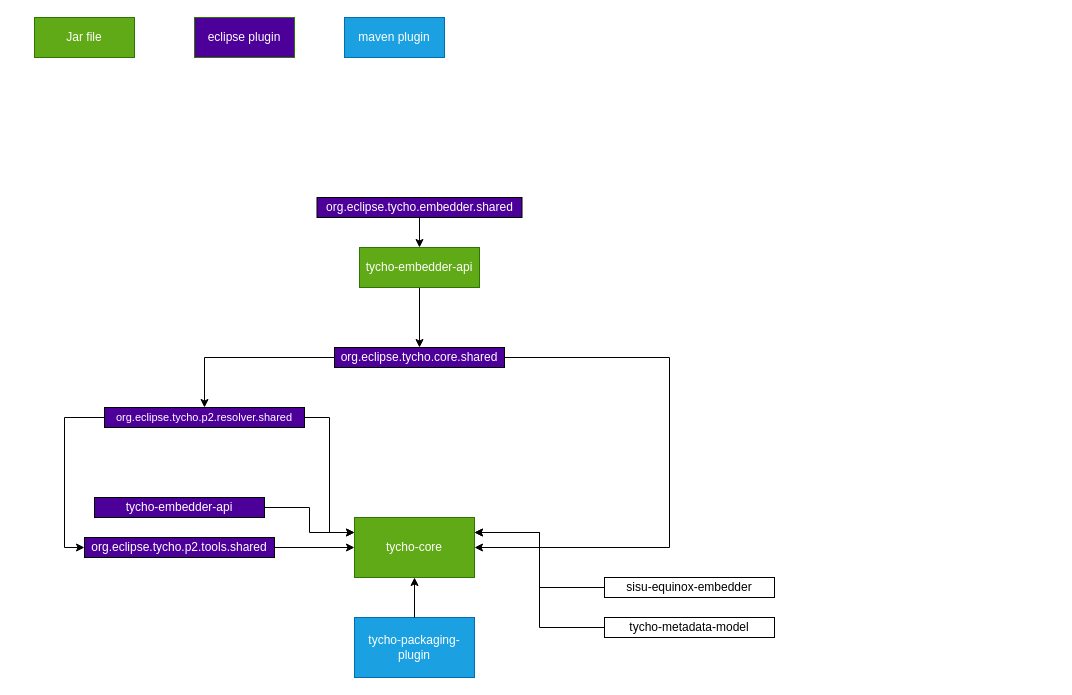
Before: Untitled Diagram.drawio in bixiyan/designfiles, a draw.io diagram. Source tidied: cells renumbered, new cells numbered last; positions are measured from the earlier drawing's top-left corner, leaving out a move shared by most shapes. Both pictures are drawn from the tidied source at 100%, with x=0, y=0 at pixel (34, 17).
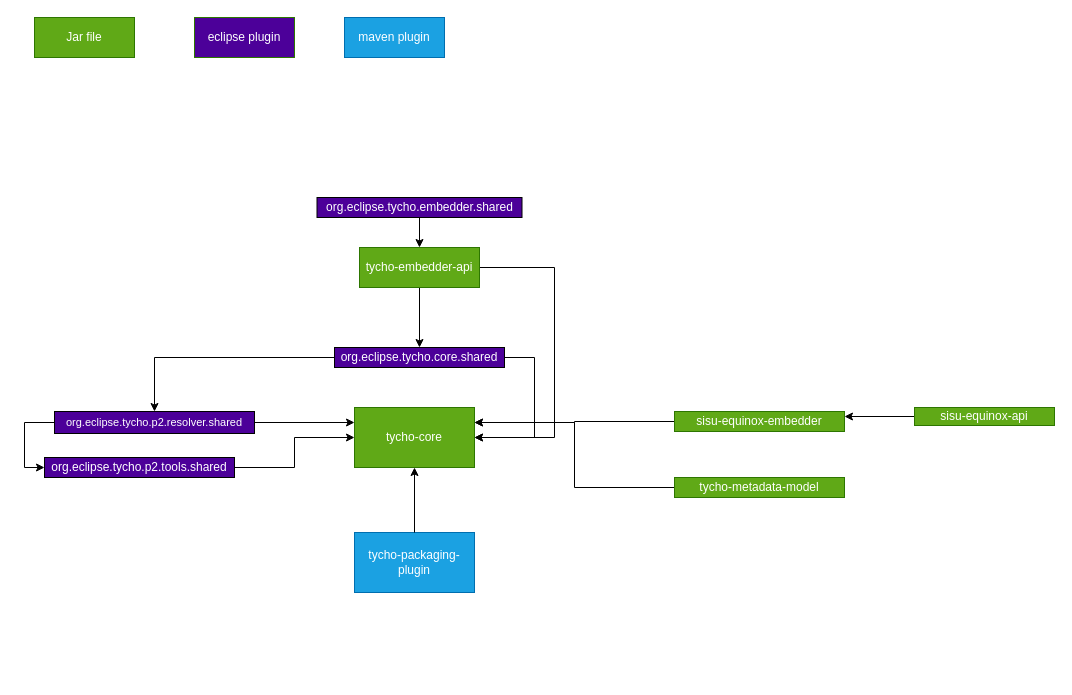
Above is the later version.

Unchanged cells that the change refers to:
```xml
<mxCell id="18" value="&lt;font color=&quot;#ffffff&quot;&gt;org.eclipse.tycho.core.shared&lt;/font&gt;" style="rounded=0;whiteSpace=wrap;html=1;fillColor=#4C0099;" parent="1" vertex="1">
  <mxGeometry x="300" y="330" width="170" height="20" as="geometry" />
</mxCell>
<mxCell id="23" value="tycho-embedder-api" style="rounded=0;whiteSpace=wrap;html=1;fillColor=#60a917;strokeColor=#2D7600;fontColor=#ffffff;" parent="1" vertex="1">
  <mxGeometry x="325" y="230" width="120" height="40" as="geometry" />
</mxCell>
```

Diff of the diagram source:
```diff
@@
     <mxCell id="2" value="tycho-packaging-plugin" style="rounded=0;whiteSpace=wrap;html=1;fillColor=#1ba1e2;strokeColor=#006EAF;fontColor=#ffffff;" parent="1" vertex="1">
-      <mxGeometry x="320" y="600" width="120" height="60" as="geometry" />
+      <mxGeometry x="320" y="515" width="120" height="60" as="geometry" />
     </mxCell>
     <mxCell id="3" value="tycho-core" style="rounded=0;whiteSpace=wrap;html=1;fillColor=#60a917;strokeColor=#2D7600;fontColor=#ffffff;" parent="1" vertex="1">
-      <mxGeometry x="320" y="500" width="120" height="60" as="geometry" />
+      <mxGeometry x="320" y="390" width="120" height="60" as="geometry" />
     </mxCell>
@@
     <mxCell id="6" value="&lt;font color=&quot;#ffffff&quot;&gt;org.eclipse.tycho.p2.tools.shared&lt;/font&gt;" style="rounded=0;whiteSpace=wrap;html=1;fillColor=#4C0099;" parent="1" vertex="1">
-      <mxGeometry x="50" y="520" width="190" height="20" as="geometry" />
+      <mxGeometry x="10" y="440" width="190" height="20" as="geometry" />
     </mxCell>
@@
     <mxCell id="9" value="&lt;font style=&quot;font-size: 11px&quot; color=&quot;#ffffff&quot;&gt;org.eclipse.tycho.p2.resolver.shared&lt;/font&gt;" style="rounded=0;whiteSpace=wrap;html=1;fillColor=#4C0099;" parent="1" vertex="1">
-      <mxGeometry x="70" y="390" width="200" height="20" as="geometry" />
+      <mxGeometry x="20" y="394" width="200" height="22" as="geometry" />
     </mxCell>
@@
-    <mxCell id="11" value="sisu-equinox-embedder" style="rounded=0;whiteSpace=wrap;html=1;" parent="1" vertex="1">
-      <mxGeometry x="570" y="560" width="170" height="20" as="geometry" />
+    <mxCell id="11" value="sisu-equinox-embedder" style="rounded=0;whiteSpace=wrap;html=1;fillColor=#60a917;strokeColor=#2D7600;fontColor=#ffffff;" parent="1" vertex="1">
+      <mxGeometry x="640" y="394" width="170" height="20" as="geometry" />
     </mxCell>
@@
-    <mxCell id="13" value="tycho-metadata-model" style="rounded=0;whiteSpace=wrap;html=1;" parent="1" vertex="1">
-      <mxGeometry x="570" y="600" width="170" height="20" as="geometry" />
+    <mxCell id="13" value="tycho-metadata-model" style="rounded=0;whiteSpace=wrap;html=1;fillColor=#60a917;strokeColor=#2D7600;fontColor=#ffffff;" parent="1" vertex="1">
+      <mxGeometry x="640" y="460" width="170" height="20" as="geometry" />
     </mxCell>
-    <mxCell id="14" style="edgeStyle=orthogonalEdgeStyle;rounded=0;jettySize=auto;html=1;entryX=0;entryY=0.25;entryDx=0;entryDy=0;" parent="1" edge="1" source="15" target="3">
-      <mxGeometry relative="1" as="geometry" />
-    </mxCell>
-    <mxCell id="15" value="&lt;font color=&quot;#ffffff&quot;&gt;tycho-embedder-api&lt;/font&gt;" style="rounded=0;whiteSpace=wrap;html=1;fillColor=#4C0099;" parent="1" vertex="1">
-      <mxGeometry x="60" y="480" width="170" height="20" as="geometry" />
-    </mxCell>
     <mxCell id="16" style="edgeStyle=orthogonalEdgeStyle;rounded=0;jettySize=auto;html=1;entryX=1;entryY=0.5;entryDx=0;entryDy=0;" parent="1" edge="1" source="18" target="3">
       <mxGeometry relative="1" as="geometry">
         <Array as="points">
-          <mxPoint x="635" y="530" />
+          <mxPoint x="500" y="340" />
+          <mxPoint x="500" y="420" />
         </Array>
       </mxGeometry>
     </mxCell>
@@
+    <mxCell id="26" style="edgeStyle=orthogonalEdgeStyle;rounded=0;jettySize=auto;html=1;entryX=1;entryY=0.5;entryDx=0;entryDy=0;" parent="1" edge="1" source="23" target="3">
+      <mxGeometry relative="1" as="geometry">
+        <Array as="points">
+          <mxPoint x="520" y="250" />
+          <mxPoint x="520" y="420" />
+        </Array>
+      </mxGeometry>
+    </mxCell>
@@
+    <mxCell id="27" style="edgeStyle=orthogonalEdgeStyle;rounded=0;jettySize=auto;html=1;entryX=1;entryY=0.25;entryDx=0;entryDy=0;" parent="1" edge="1" source="28" target="11">
+      <mxGeometry relative="1" as="geometry" />
+    </mxCell>
+    <mxCell id="28" value="sisu-equinox-api" style="rounded=0;whiteSpace=wrap;html=1;fillColor=#60a917;strokeColor=#2D7600;fontColor=#ffffff;" parent="1" vertex="1">
+      <mxGeometry x="880" y="390" width="140" height="18" as="geometry" />
+    </mxCell>
```
